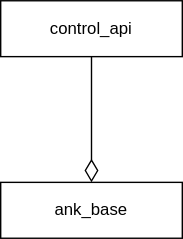
Earlier version of the draw.io export api/doc/drawio/unit_overview.drawio.svg (eclipse-ankaios/ankaios). Source tidied: cells renumbered, new cells last; positions are measured from the earlier drawing's top-left corner, leaving out a move shared by most shapes.
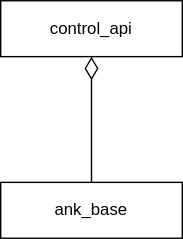
Above is the later version.

Commit message:
Correct arrow direction

What changed in the source:
```diff
@@ -5,7 +5,7 @@
     <mxCell id="2" value="ank_base" style="rounded=0;whiteSpace=wrap;html=1;" parent="1" vertex="1">
       <mxGeometry y="130" width="130" height="40" as="geometry" />
     </mxCell>
-    <mxCell id="3" style="edgeStyle=none;html=1;entryX=0.5;entryY=0;entryDx=0;entryDy=0;endArrow=diamondThin;endFill=0;strokeWidth=1;endSize=14;" parent="1" edge="1" source="4" target="2">
+    <mxCell id="3" style="edgeStyle=none;html=1;entryX=0.5;entryY=1;entryDx=0;entryDy=0;endArrow=diamondThin;endFill=0;strokeWidth=1;endSize=14;exitX=0.5;exitY=0;exitDx=0;exitDy=0;" parent="1" edge="1" source="2" target="4">
       <mxGeometry relative="1" as="geometry" />
     </mxCell>
     <mxCell id="4" value="control_api" style="rounded=0;whiteSpace=wrap;html=1;" parent="1" vertex="1">
```
